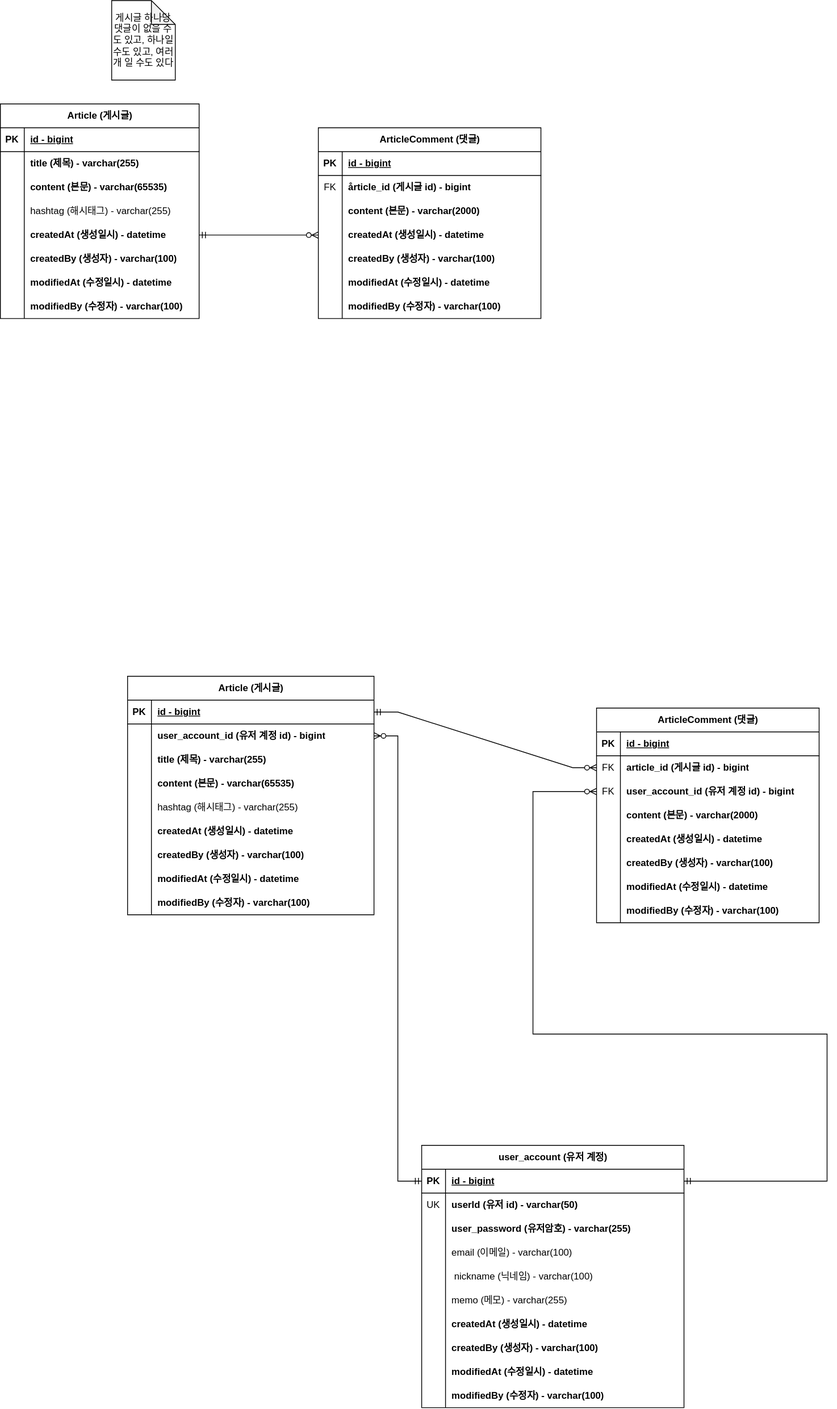
This is document/board-project-erd.svg from honki12345/board-project, a draw.io export, as it was before one commit. Source tidied: cells renumbered, new cells last; positions are measured from the earlier drawing's top-left corner, leaving out a move shared by most shapes.
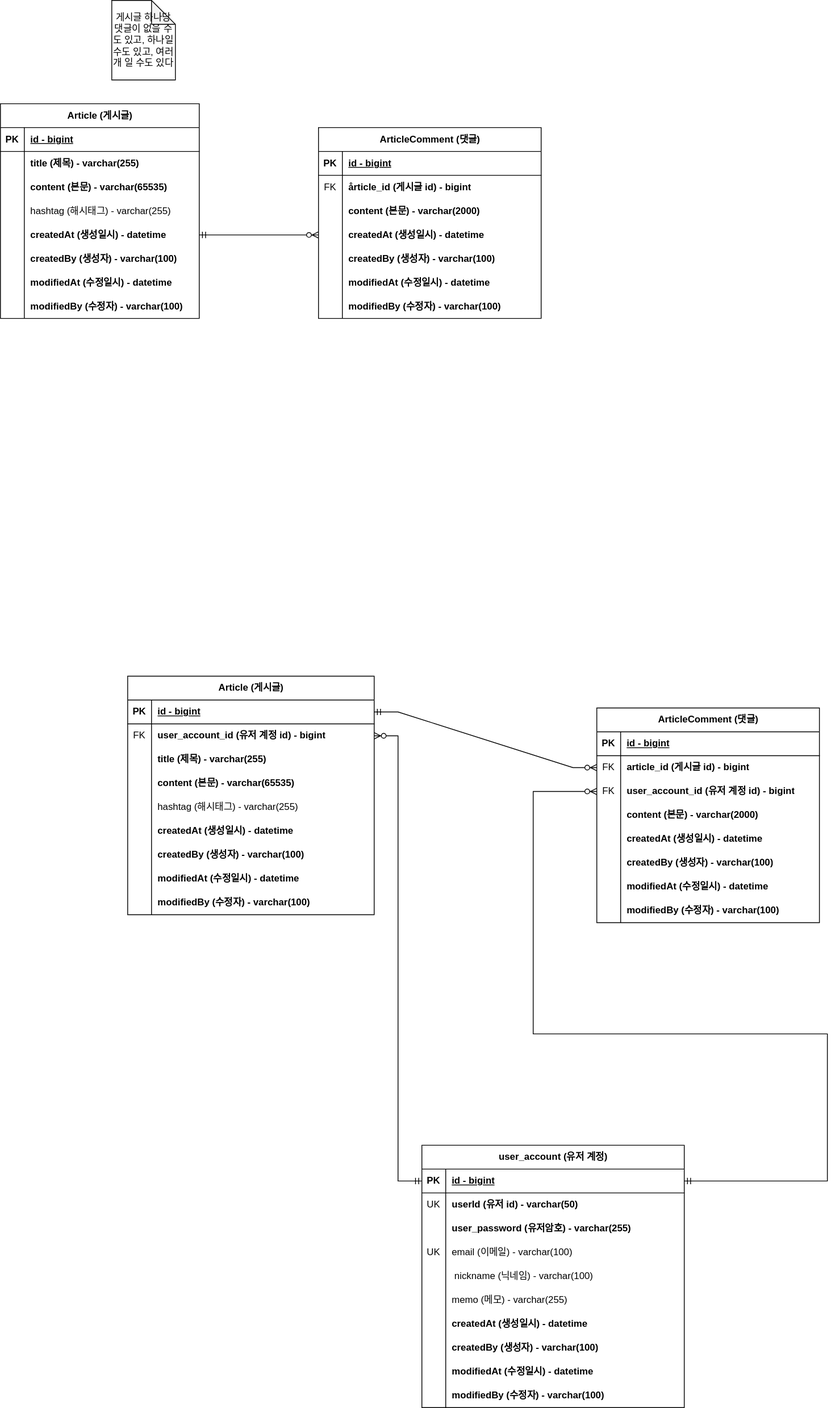
The same file after the commit.

Commit message:
#30 - erd 업데이트 : 회원 계정 도메인의 이메일에 유니크 키 추가

Change to the diagram source:
```diff
@@ -440,5 +440,11 @@
         </Array>
       </mxGeometry>
     </mxCell>
+    <mxCell id="138" value="UK" style="shape=partialRectangle;fillColor=none;top=0;left=0;bottom=0;right=0;overflow=hidden;whiteSpace=wrap;html=1;" parent="1" vertex="1">
+      <mxGeometry x="530" y="1560" width="30" height="30" as="geometry" />
+    </mxCell>
+    <mxCell id="139" value="FK" style="shape=partialRectangle;fillColor=none;top=0;left=0;bottom=0;right=0;overflow=hidden;whiteSpace=wrap;html=1;" parent="1" vertex="1">
+      <mxGeometry x="160" y="910" width="30" height="30" as="geometry" />
+    </mxCell>
   </root>
 </mxGraphModel>
```
